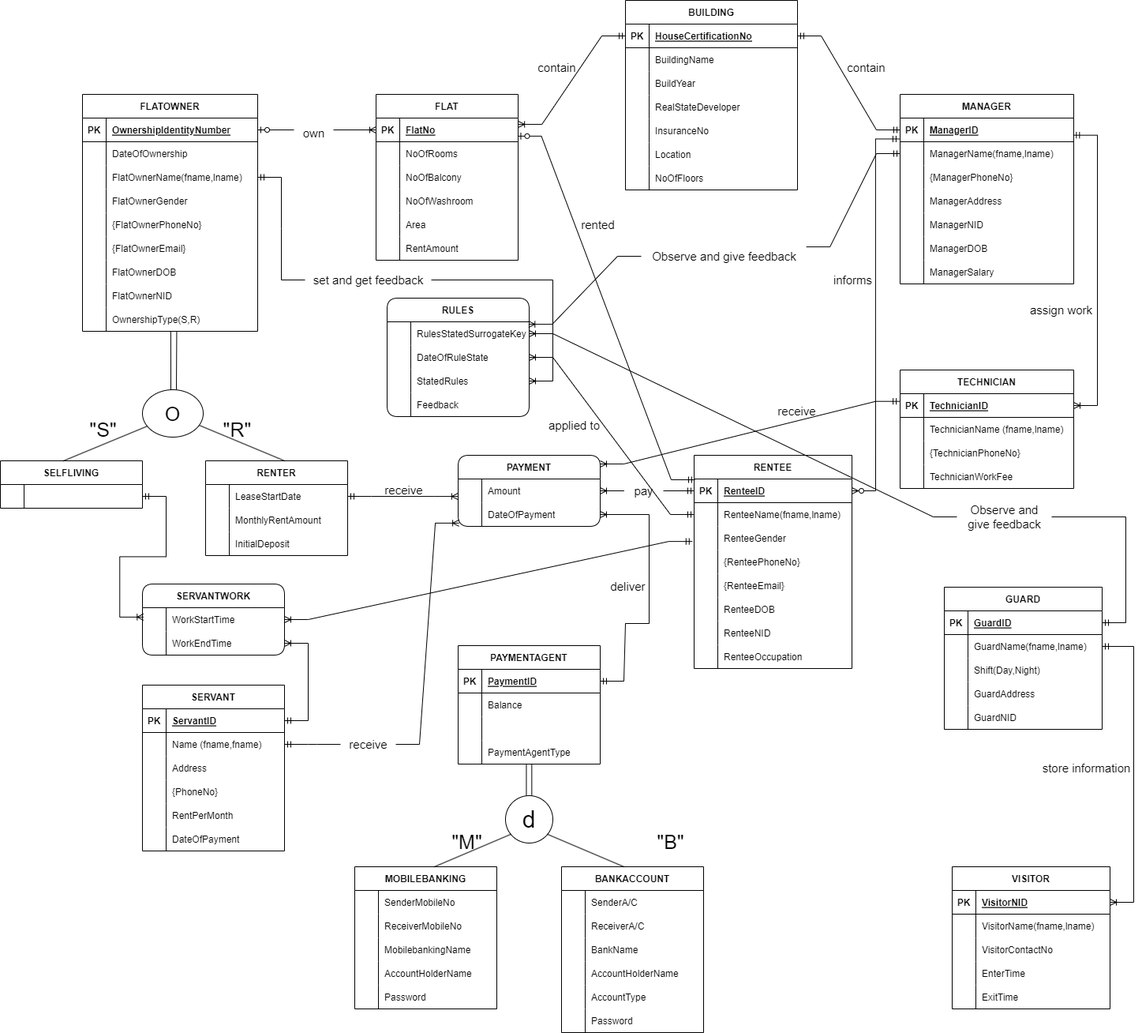
Earlier version of the draw.io export Documentation Pictures/EERD.png (toushifhossain1/Residential-Management-and-Monitoring-System). Source tidied: cells renumbered, new cells last; positions are measured from the earlier drawing's top-left corner, leaving out a move shared by most shapes.
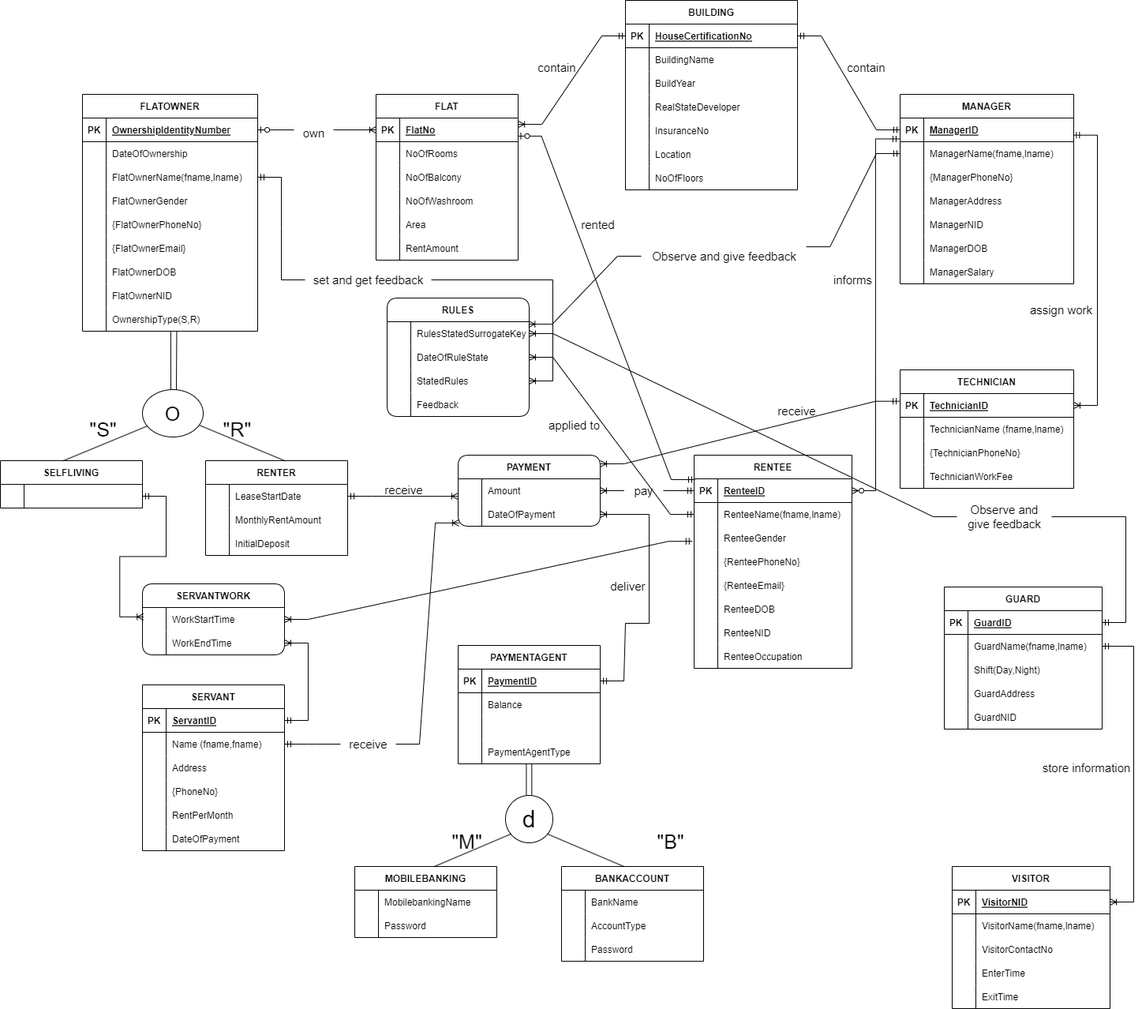
The same diagram one commit later.

Change to the diagram source:
```diff
@@ -571,28 +571,10 @@
       <mxGeometry x="640" y="1007" width="60" height="60" as="geometry" />
     </mxCell>
     <mxCell id="188" value="MOBILEBANKING" style="shape=table;startSize=30;rowLines=0;fontStyle=1;align=center;fontSize=12;" parent="1" vertex="1">
-      <mxGeometry x="449" y="1097" width="180" height="180" as="geometry" />
+      <mxGeometry x="449" y="1097" width="180" height="90" as="geometry" />
     </mxCell>
-    <mxCell id="189" style="shape=tableRow;horizontal=0;startSize=0;swimlaneHead=0;swimlaneBody=0;fillColor=none;top=0;left=0;right=0;bottom=0;fontSize=12;" parent="188" vertex="1">
-      <mxGeometry y="30" width="180" height="30" as="geometry" />
-    </mxCell>
-    <mxCell id="190" style="shape=partialRectangle;fillColor=none;top=0;left=0;bottom=0;right=0;overflow=hidden;fontSize=12;" parent="189" vertex="1">
-      <mxGeometry width="30" height="30" as="geometry" />
-    </mxCell>
-    <mxCell id="191" value="SenderMobileNo" style="shape=partialRectangle;fillColor=none;top=0;left=0;bottom=0;right=0;align=left;spacingLeft=6;overflow=hidden;fontSize=12;" parent="189" vertex="1">
-      <mxGeometry x="30" width="150" height="30" as="geometry" />
-    </mxCell>
-    <mxCell id="192" style="shape=tableRow;horizontal=0;startSize=0;swimlaneHead=0;swimlaneBody=0;fillColor=none;top=0;left=0;right=0;bottom=0;fontSize=12;" parent="188" vertex="1">
-      <mxGeometry y="60" width="180" height="30" as="geometry" />
-    </mxCell>
-    <mxCell id="193" style="shape=partialRectangle;fillColor=none;top=0;left=0;bottom=0;right=0;overflow=hidden;fontSize=12;" parent="192" vertex="1">
-      <mxGeometry width="30" height="30" as="geometry" />
-    </mxCell>
-    <mxCell id="194" value="ReceiverMobileNo" style="shape=partialRectangle;fillColor=none;top=0;left=0;bottom=0;right=0;align=left;spacingLeft=6;overflow=hidden;fontSize=12;" parent="192" vertex="1">
-      <mxGeometry x="30" width="150" height="30" as="geometry" />
-    </mxCell>
     <mxCell id="195" style="shape=tableRow;horizontal=0;startSize=0;swimlaneHead=0;swimlaneBody=0;fillColor=none;top=0;left=0;right=0;bottom=0;fontSize=12;" parent="188" vertex="1">
-      <mxGeometry y="90" width="180" height="30" as="geometry" />
+      <mxGeometry y="30" width="180" height="30" as="geometry" />
     </mxCell>
     <mxCell id="196" style="shape=partialRectangle;fillColor=none;top=0;left=0;bottom=0;right=0;overflow=hidden;fontSize=12;" parent="195" vertex="1">
       <mxGeometry width="30" height="30" as="geometry" />
@@ -600,17 +582,8 @@
     <mxCell id="197" value="MobilebankingName" style="shape=partialRectangle;fillColor=none;top=0;left=0;bottom=0;right=0;align=left;spacingLeft=6;overflow=hidden;fontSize=12;" parent="195" vertex="1">
       <mxGeometry x="30" width="150" height="30" as="geometry" />
     </mxCell>
-    <mxCell id="198" style="shape=tableRow;horizontal=0;startSize=0;swimlaneHead=0;swimlaneBody=0;fillColor=none;top=0;left=0;right=0;bottom=0;fontSize=12;" parent="188" vertex="1">
-      <mxGeometry y="120" width="180" height="30" as="geometry" />
-    </mxCell>
-    <mxCell id="199" style="shape=partialRectangle;fillColor=none;top=0;left=0;bottom=0;right=0;overflow=hidden;fontSize=12;" parent="198" vertex="1">
-      <mxGeometry width="30" height="30" as="geometry" />
-    </mxCell>
-    <mxCell id="200" value="AccountHolderName" style="shape=partialRectangle;fillColor=none;top=0;left=0;bottom=0;right=0;align=left;spacingLeft=6;overflow=hidden;fontSize=12;" parent="198" vertex="1">
-      <mxGeometry x="30" width="150" height="30" as="geometry" />
-    </mxCell>
     <mxCell id="201" style="shape=tableRow;horizontal=0;startSize=0;swimlaneHead=0;swimlaneBody=0;fillColor=none;top=0;left=0;right=0;bottom=0;fontSize=12;" parent="188" vertex="1">
-      <mxGeometry y="150" width="180" height="30" as="geometry" />
+      <mxGeometry y="60" width="180" height="30" as="geometry" />
     </mxCell>
     <mxCell id="202" style="shape=partialRectangle;fillColor=none;top=0;left=0;bottom=0;right=0;overflow=hidden;fontSize=12;" parent="201" vertex="1">
       <mxGeometry width="30" height="30" as="geometry" />
@@ -619,28 +592,10 @@
       <mxGeometry x="30" width="150" height="30" as="geometry" />
     </mxCell>
     <mxCell id="204" value="BANKACCOUNT" style="shape=table;startSize=30;rowLines=0;fontStyle=1;align=center;fontSize=12;" parent="1" vertex="1">
-      <mxGeometry x="711" y="1097" width="180" height="210" as="geometry" />
+      <mxGeometry x="711" y="1097" width="180" height="120" as="geometry" />
     </mxCell>
-    <mxCell id="205" style="shape=tableRow;horizontal=0;startSize=0;swimlaneHead=0;swimlaneBody=0;fillColor=none;top=0;left=0;right=0;bottom=0;fontSize=12;" parent="204" vertex="1">
-      <mxGeometry y="30" width="180" height="30" as="geometry" />
-    </mxCell>
-    <mxCell id="206" style="shape=partialRectangle;fillColor=none;top=0;left=0;bottom=0;right=0;overflow=hidden;fontSize=12;" parent="205" vertex="1">
-      <mxGeometry width="30" height="30" as="geometry" />
-    </mxCell>
-    <mxCell id="207" value="SenderA/C" style="shape=partialRectangle;fillColor=none;top=0;left=0;bottom=0;right=0;align=left;spacingLeft=6;overflow=hidden;fontSize=12;" parent="205" vertex="1">
-      <mxGeometry x="30" width="150" height="30" as="geometry" />
-    </mxCell>
-    <mxCell id="208" style="shape=tableRow;horizontal=0;startSize=0;swimlaneHead=0;swimlaneBody=0;fillColor=none;top=0;left=0;right=0;bottom=0;fontSize=12;" parent="204" vertex="1">
-      <mxGeometry y="60" width="180" height="30" as="geometry" />
-    </mxCell>
-    <mxCell id="209" style="shape=partialRectangle;fillColor=none;top=0;left=0;bottom=0;right=0;overflow=hidden;fontSize=12;" parent="208" vertex="1">
-      <mxGeometry width="30" height="30" as="geometry" />
-    </mxCell>
-    <mxCell id="210" value="ReceiverA/C" style="shape=partialRectangle;fillColor=none;top=0;left=0;bottom=0;right=0;align=left;spacingLeft=6;overflow=hidden;fontSize=12;" parent="208" vertex="1">
-      <mxGeometry x="30" width="150" height="30" as="geometry" />
-    </mxCell>
     <mxCell id="211" style="shape=tableRow;horizontal=0;startSize=0;swimlaneHead=0;swimlaneBody=0;fillColor=none;top=0;left=0;right=0;bottom=0;fontSize=12;" parent="204" vertex="1">
-      <mxGeometry y="90" width="180" height="30" as="geometry" />
+      <mxGeometry y="30" width="180" height="30" as="geometry" />
     </mxCell>
     <mxCell id="212" style="shape=partialRectangle;fillColor=none;top=0;left=0;bottom=0;right=0;overflow=hidden;fontSize=12;" parent="211" vertex="1">
       <mxGeometry width="30" height="30" as="geometry" />
@@ -648,17 +603,8 @@
     <mxCell id="213" value="BankName" style="shape=partialRectangle;fillColor=none;top=0;left=0;bottom=0;right=0;align=left;spacingLeft=6;overflow=hidden;fontSize=12;" parent="211" vertex="1">
       <mxGeometry x="30" width="150" height="30" as="geometry" />
     </mxCell>
-    <mxCell id="214" style="shape=tableRow;horizontal=0;startSize=0;swimlaneHead=0;swimlaneBody=0;fillColor=none;top=0;left=0;right=0;bottom=0;fontSize=12;" parent="204" vertex="1">
-      <mxGeometry y="120" width="180" height="30" as="geometry" />
-    </mxCell>
-    <mxCell id="215" style="shape=partialRectangle;fillColor=none;top=0;left=0;bottom=0;right=0;overflow=hidden;fontSize=12;" parent="214" vertex="1">
-      <mxGeometry width="30" height="30" as="geometry" />
-    </mxCell>
-    <mxCell id="216" value="AccountHolderName" style="shape=partialRectangle;fillColor=none;top=0;left=0;bottom=0;right=0;align=left;spacingLeft=6;overflow=hidden;fontSize=12;" parent="214" vertex="1">
-      <mxGeometry x="30" width="150" height="30" as="geometry" />
-    </mxCell>
     <mxCell id="217" style="shape=tableRow;horizontal=0;startSize=0;swimlaneHead=0;swimlaneBody=0;fillColor=none;top=0;left=0;right=0;bottom=0;fontSize=12;" parent="204" vertex="1">
-      <mxGeometry y="150" width="180" height="30" as="geometry" />
+      <mxGeometry y="60" width="180" height="30" as="geometry" />
     </mxCell>
     <mxCell id="218" style="shape=partialRectangle;fillColor=none;top=0;left=0;bottom=0;right=0;overflow=hidden;fontSize=12;" parent="217" vertex="1">
       <mxGeometry width="30" height="30" as="geometry" />
@@ -667,7 +613,7 @@
       <mxGeometry x="30" width="150" height="30" as="geometry" />
     </mxCell>
     <mxCell id="220" style="shape=tableRow;horizontal=0;startSize=0;swimlaneHead=0;swimlaneBody=0;fillColor=none;top=0;left=0;right=0;bottom=0;fontSize=12;" parent="204" vertex="1">
-      <mxGeometry y="180" width="180" height="30" as="geometry" />
+      <mxGeometry y="90" width="180" height="30" as="geometry" />
     </mxCell>
     <mxCell id="221" style="shape=partialRectangle;fillColor=none;top=0;left=0;bottom=0;right=0;overflow=hidden;fontSize=12;" parent="220" vertex="1">
       <mxGeometry width="30" height="30" as="geometry" />
```
